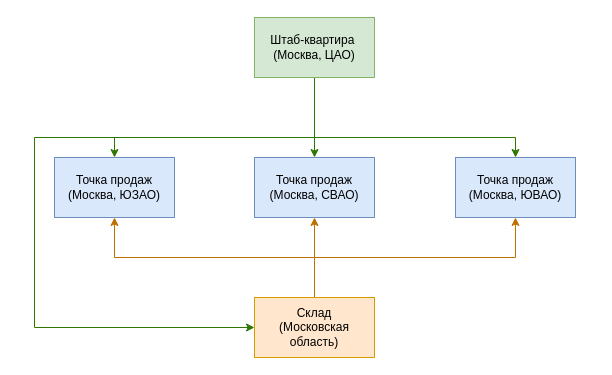
Above: ИТИ курсач/территориальная_диаграмма.drawio in MaxHedgehog7786/IIT_kursach (draw.io), before the change. Source tidied: cells renumbered, new cells numbered last; positions are measured from the earlier drawing's top-left corner, leaving out a move shared by most shapes. Both pictures are drawn from the tidied source at 100%, with x=0, y=0 at pixel (34, 17).
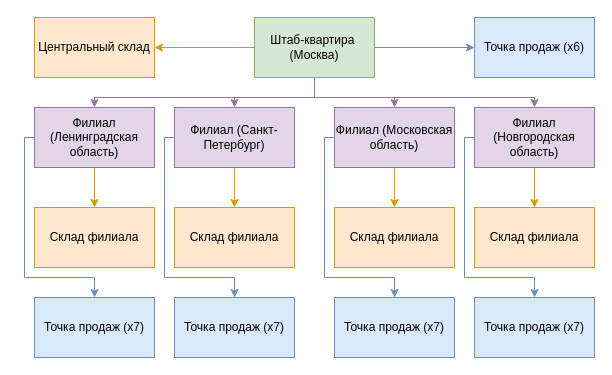
The same diagram, later.

The edit, as a diff of the source:
```diff
@@
-    <mxCell id="2" style="edgeStyle=orthogonalEdgeStyle;rounded=0;jettySize=auto;html=1;exitX=0.5;exitY=1;exitDx=0;exitDy=0;fillColor=#60a917;strokeColor=#2D7600;" parent="1" edge="1" source="6" target="7">
-      <mxGeometry relative="1" as="geometry" />
-    </mxCell>
-    <mxCell id="3" style="edgeStyle=orthogonalEdgeStyle;rounded=0;jettySize=auto;html=1;exitX=0.5;exitY=1;exitDx=0;exitDy=0;entryX=0.5;entryY=0;entryDx=0;entryDy=0;fillColor=#60a917;strokeColor=#2D7600;" parent="1" edge="1" source="6" target="8">
-      <mxGeometry relative="1" as="geometry">
-        <Array as="points">
-          <mxPoint x="280" y="120" />
-          <mxPoint x="80" y="120" />
-        </Array>
-      </mxGeometry>
-    </mxCell>
-    <mxCell id="4" style="edgeStyle=orthogonalEdgeStyle;rounded=0;jettySize=auto;html=1;exitX=0.5;exitY=1;exitDx=0;exitDy=0;fillColor=#60a917;strokeColor=#2D7600;" parent="1" edge="1" source="6" target="9">
-      <mxGeometry relative="1" as="geometry">
-        <Array as="points">
-          <mxPoint x="280" y="120" />
-          <mxPoint x="481" y="120" />
-        </Array>
-      </mxGeometry>
-    </mxCell>
-    <mxCell id="5" style="edgeStyle=orthogonalEdgeStyle;rounded=0;jettySize=auto;html=1;exitX=0.5;exitY=1;exitDx=0;exitDy=0;entryX=0;entryY=0.5;entryDx=0;entryDy=0;fillColor=#60a917;strokeColor=#2D7600;" parent="1" edge="1" source="6" target="13">
-      <mxGeometry relative="1" as="geometry">
-        <Array as="points">
-          <mxPoint x="280" y="120" />
-          <mxPoint y="120" />
-          <mxPoint y="310" />
-        </Array>
-      </mxGeometry>
-    </mxCell>
+    <mxCell id="14" style="edgeStyle=orthogonalEdgeStyle;rounded=0;jettySize=auto;html=1;exitX=0.5;exitY=1;exitDx=0;exitDy=0;entryX=0.5;entryY=0;entryDx=0;entryDy=0;fillColor=#e1d5e7;strokeColor=#9673a6;" parent="1" edge="1" source="6" target="23">
+      <mxGeometry relative="1" as="geometry" />
+    </mxCell>
+    <mxCell id="15" style="edgeStyle=orthogonalEdgeStyle;rounded=0;jettySize=auto;html=1;exitX=0.5;exitY=1;exitDx=0;exitDy=0;entryX=0.5;entryY=0;entryDx=0;entryDy=0;fillColor=#e1d5e7;strokeColor=#9673a6;" parent="1" edge="1" source="6" target="26">
+      <mxGeometry relative="1" as="geometry">
+        <Array as="points">
+          <mxPoint x="280" y="80" />
+          <mxPoint x="60" y="80" />
+        </Array>
+      </mxGeometry>
+    </mxCell>
+    <mxCell id="16" style="edgeStyle=orthogonalEdgeStyle;rounded=0;jettySize=auto;html=1;exitX=0.5;exitY=1;exitDx=0;exitDy=0;entryX=0.5;entryY=0;entryDx=0;entryDy=0;fillColor=#e1d5e7;strokeColor=#9673a6;" parent="1" edge="1" source="6" target="21">
+      <mxGeometry relative="1" as="geometry" />
+    </mxCell>
+    <mxCell id="17" style="edgeStyle=orthogonalEdgeStyle;rounded=0;jettySize=auto;html=1;exitX=0.5;exitY=1;exitDx=0;exitDy=0;entryX=0.5;entryY=0;entryDx=0;entryDy=0;fillColor=#e1d5e7;strokeColor=#9673a6;" parent="1" edge="1" source="6" target="28">
+      <mxGeometry relative="1" as="geometry">
+        <Array as="points">
+          <mxPoint x="280" y="80" />
+          <mxPoint x="500" y="80" />
+        </Array>
+      </mxGeometry>
+    </mxCell>
+    <mxCell id="18" style="edgeStyle=orthogonalEdgeStyle;rounded=0;jettySize=auto;html=1;exitX=0;exitY=0.5;exitDx=0;exitDy=0;entryX=1;entryY=0.5;entryDx=0;entryDy=0;fillColor=#ffe6cc;strokeColor=#d79b00;" parent="1" edge="1" source="6" target="29">
+      <mxGeometry relative="1" as="geometry" />
+    </mxCell>
+    <mxCell id="19" style="edgeStyle=orthogonalEdgeStyle;rounded=0;jettySize=auto;html=1;exitX=1;exitY=0.5;exitDx=0;exitDy=0;entryX=0;entryY=0.5;entryDx=0;entryDy=0;fillColor=#dae8fc;strokeColor=#6c8ebf;" parent="1" edge="1" source="6" target="34">
+      <mxGeometry relative="1" as="geometry" />
+    </mxCell>
-    <mxCell id="6" value="Штаб-квартира&amp;nbsp;&lt;div&gt;(Москва, ЦАО)&lt;/div&gt;" style="rounded=0;whiteSpace=wrap;html=1;fillColor=#d5e8d4;strokeColor=#82b366;" parent="1" vertex="1">
+    <mxCell id="6" value="Штаб-квартира&amp;nbsp;&lt;div&gt;(Москва)&lt;/div&gt;" style="rounded=0;whiteSpace=wrap;html=1;fillColor=#d5e8d4;strokeColor=#82b366;" parent="1" vertex="1">
       <mxGeometry x="220" width="120" height="60" as="geometry" />
     </mxCell>
-    <mxCell id="7" value="Точка продаж&lt;div&gt;(Москва, СВАО)&lt;/div&gt;" style="rounded=0;whiteSpace=wrap;html=1;fillColor=#dae8fc;strokeColor=#6c8ebf;" parent="1" vertex="1">
-      <mxGeometry x="220" y="140" width="120" height="60" as="geometry" />
-    </mxCell>
-    <mxCell id="8" value="Точка продаж&lt;div&gt;(Москва, ЮЗАО)&lt;/div&gt;" style="rounded=0;whiteSpace=wrap;html=1;fillColor=#dae8fc;strokeColor=#6c8ebf;" parent="1" vertex="1">
-      <mxGeometry x="20" y="140" width="120" height="60" as="geometry" />
-    </mxCell>
-    <mxCell id="9" value="Точка продаж&lt;div&gt;(Москва, ЮВАО)&lt;/div&gt;" style="rounded=0;whiteSpace=wrap;html=1;fillColor=#dae8fc;strokeColor=#6c8ebf;" parent="1" vertex="1">
-      <mxGeometry x="421" y="140" width="120" height="60" as="geometry" />
-    </mxCell>
-    <mxCell id="10" style="edgeStyle=orthogonalEdgeStyle;rounded=0;jettySize=auto;html=1;exitX=0.5;exitY=0;exitDx=0;exitDy=0;entryX=0.5;entryY=1;entryDx=0;entryDy=0;fillColor=#f0a30a;strokeColor=#BD7000;" parent="1" edge="1" source="13" target="8">
-      <mxGeometry relative="1" as="geometry" />
-    </mxCell>
-    <mxCell id="11" style="edgeStyle=orthogonalEdgeStyle;rounded=0;jettySize=auto;html=1;exitX=0.5;exitY=0;exitDx=0;exitDy=0;entryX=0.5;entryY=1;entryDx=0;entryDy=0;fillColor=#f0a30a;strokeColor=#BD7000;" parent="1" edge="1" source="13" target="7">
-      <mxGeometry relative="1" as="geometry" />
-    </mxCell>
-    <mxCell id="12" style="edgeStyle=orthogonalEdgeStyle;rounded=0;jettySize=auto;html=1;exitX=0.5;exitY=0;exitDx=0;exitDy=0;entryX=0.5;entryY=1;entryDx=0;entryDy=0;fillColor=#f0a30a;strokeColor=#BD7000;" parent="1" edge="1" source="13" target="9">
-      <mxGeometry relative="1" as="geometry" />
-    </mxCell>
-    <mxCell id="13" value="Склад&lt;div&gt;(Московская область)&lt;/div&gt;" style="rounded=0;whiteSpace=wrap;html=1;fillColor=#ffe6cc;strokeColor=#d79b00;" parent="1" vertex="1">
-      <mxGeometry x="220" y="280" width="120" height="60" as="geometry" />
-    </mxCell>
+    <mxCell id="20" style="edgeStyle=orthogonalEdgeStyle;rounded=0;jettySize=auto;html=1;exitX=0.5;exitY=1;exitDx=0;exitDy=0;entryX=0.5;entryY=0;entryDx=0;entryDy=0;fillColor=#ffe6cc;strokeColor=#d79b00;" parent="1" edge="1" source="21" target="32">
+      <mxGeometry relative="1" as="geometry" />
+    </mxCell>
+    <mxCell id="21" value="Филиал (Московская область)" style="rounded=0;whiteSpace=wrap;html=1;fillColor=#e1d5e7;strokeColor=#9673a6;" parent="1" vertex="1">
+      <mxGeometry x="300" y="90" width="120" height="60" as="geometry" />
+    </mxCell>
+    <mxCell id="22" style="edgeStyle=orthogonalEdgeStyle;rounded=0;jettySize=auto;html=1;exitX=0.5;exitY=1;exitDx=0;exitDy=0;fillColor=#ffe6cc;strokeColor=#d79b00;" parent="1" edge="1" source="23" target="31">
+      <mxGeometry relative="1" as="geometry" />
+    </mxCell>
+    <mxCell id="23" value="Филиал (Санкт-Петербург)" style="rounded=0;whiteSpace=wrap;html=1;fillColor=#e1d5e7;strokeColor=#9673a6;" parent="1" vertex="1">
+      <mxGeometry x="140" y="90" width="120" height="60" as="geometry" />
+    </mxCell>
+    <mxCell id="24" style="edgeStyle=orthogonalEdgeStyle;rounded=0;jettySize=auto;html=1;exitX=0.5;exitY=1;exitDx=0;exitDy=0;fillColor=#ffe6cc;strokeColor=#d79b00;" parent="1" edge="1" source="26" target="30">
+      <mxGeometry relative="1" as="geometry" />
+    </mxCell>
+    <mxCell id="25" style="edgeStyle=orthogonalEdgeStyle;rounded=0;jettySize=auto;html=1;exitX=0;exitY=0.5;exitDx=0;exitDy=0;entryX=0.5;entryY=0;entryDx=0;entryDy=0;fillColor=#dae8fc;strokeColor=#6c8ebf;" parent="1" edge="1" source="26" target="35">
+      <mxGeometry relative="1" as="geometry">
+        <Array as="points">
+          <mxPoint x="-10" y="120" />
+          <mxPoint x="-10" y="260" />
+          <mxPoint x="60" y="260" />
+        </Array>
+      </mxGeometry>
+    </mxCell>
+    <mxCell id="26" value="Филиал (Ленинградская область)" style="rounded=0;whiteSpace=wrap;html=1;fillColor=#e1d5e7;strokeColor=#9673a6;" parent="1" vertex="1">
+      <mxGeometry y="90" width="120" height="60" as="geometry" />
+    </mxCell>
+    <mxCell id="27" style="edgeStyle=orthogonalEdgeStyle;rounded=0;jettySize=auto;html=1;exitX=0.5;exitY=1;exitDx=0;exitDy=0;entryX=0.5;entryY=0;entryDx=0;entryDy=0;fillColor=#ffe6cc;strokeColor=#d79b00;" parent="1" edge="1" source="28" target="33">
+      <mxGeometry relative="1" as="geometry" />
+    </mxCell>
+    <mxCell id="28" value="Филиал (Новгородская область)" style="rounded=0;whiteSpace=wrap;html=1;fillColor=#e1d5e7;strokeColor=#9673a6;" parent="1" vertex="1">
+      <mxGeometry x="440" y="90" width="120" height="60" as="geometry" />
+    </mxCell>
+    <mxCell id="29" value="Центральный склад" style="rounded=0;whiteSpace=wrap;html=1;fillColor=#ffe6cc;strokeColor=#d79b00;" parent="1" vertex="1">
+      <mxGeometry width="120" height="60" as="geometry" />
+    </mxCell>
+    <mxCell id="30" value="Склад филиала" style="rounded=0;whiteSpace=wrap;html=1;fillColor=#ffe6cc;strokeColor=#d79b00;" parent="1" vertex="1">
+      <mxGeometry y="190" width="120" height="60" as="geometry" />
+    </mxCell>
+    <mxCell id="31" value="Склад филиала" style="rounded=0;whiteSpace=wrap;html=1;fillColor=#ffe6cc;strokeColor=#d79b00;" parent="1" vertex="1">
+      <mxGeometry x="140" y="190" width="120" height="60" as="geometry" />
+    </mxCell>
+    <mxCell id="32" value="Склад филиала" style="rounded=0;whiteSpace=wrap;html=1;fillColor=#ffe6cc;strokeColor=#d79b00;" parent="1" vertex="1">
+      <mxGeometry x="300" y="190" width="120" height="60" as="geometry" />
+    </mxCell>
+    <mxCell id="33" value="Склад филиала" style="rounded=0;whiteSpace=wrap;html=1;fillColor=#ffe6cc;strokeColor=#d79b00;" parent="1" vertex="1">
+      <mxGeometry x="440" y="190" width="120" height="60" as="geometry" />
+    </mxCell>
+    <mxCell id="34" value="Точка продаж (x6)" style="rounded=0;whiteSpace=wrap;html=1;fillColor=#dae8fc;strokeColor=#6c8ebf;" parent="1" vertex="1">
+      <mxGeometry x="440" width="120" height="60" as="geometry" />
+    </mxCell>
+    <mxCell id="35" value="Точка продаж (x7)" style="rounded=0;whiteSpace=wrap;html=1;fillColor=#dae8fc;strokeColor=#6c8ebf;" parent="1" vertex="1">
+      <mxGeometry y="280" width="120" height="60" as="geometry" />
+    </mxCell>
+    <mxCell id="36" style="edgeStyle=orthogonalEdgeStyle;rounded=0;jettySize=auto;html=1;exitX=0;exitY=0.5;exitDx=0;exitDy=0;entryX=0.5;entryY=0;entryDx=0;entryDy=0;fillColor=#dae8fc;strokeColor=#6c8ebf;" parent="1" edge="1" target="37">
+      <mxGeometry relative="1" as="geometry">
+        <mxPoint x="140" y="120" as="sourcePoint" />
+        <Array as="points">
+          <mxPoint x="130" y="120" />
+          <mxPoint x="130" y="260" />
+          <mxPoint x="200" y="260" />
+        </Array>
+      </mxGeometry>
+    </mxCell>
+    <mxCell id="37" value="Точка продаж (x7)" style="rounded=0;whiteSpace=wrap;html=1;fillColor=#dae8fc;strokeColor=#6c8ebf;" parent="1" vertex="1">
+      <mxGeometry x="140" y="280" width="120" height="60" as="geometry" />
+    </mxCell>
+    <mxCell id="38" style="edgeStyle=orthogonalEdgeStyle;rounded=0;jettySize=auto;html=1;exitX=0;exitY=0.5;exitDx=0;exitDy=0;entryX=0.5;entryY=0;entryDx=0;entryDy=0;fillColor=#dae8fc;strokeColor=#6c8ebf;" parent="1" edge="1" target="39">
+      <mxGeometry relative="1" as="geometry">
+        <mxPoint x="300" y="120" as="sourcePoint" />
+        <Array as="points">
+          <mxPoint x="290" y="120" />
+          <mxPoint x="290" y="260" />
+          <mxPoint x="360" y="260" />
+        </Array>
+      </mxGeometry>
+    </mxCell>
+    <mxCell id="39" value="Точка продаж (x7)" style="rounded=0;whiteSpace=wrap;html=1;fillColor=#dae8fc;strokeColor=#6c8ebf;" parent="1" vertex="1">
+      <mxGeometry x="300" y="280" width="120" height="60" as="geometry" />
+    </mxCell>
+    <mxCell id="40" style="edgeStyle=orthogonalEdgeStyle;rounded=0;jettySize=auto;html=1;exitX=0;exitY=0.5;exitDx=0;exitDy=0;entryX=0.5;entryY=0;entryDx=0;entryDy=0;fillColor=#dae8fc;strokeColor=#6c8ebf;" parent="1" edge="1" target="41">
+      <mxGeometry relative="1" as="geometry">
+        <mxPoint x="440" y="120" as="sourcePoint" />
+        <Array as="points">
+          <mxPoint x="430" y="120" />
+          <mxPoint x="430" y="260" />
+          <mxPoint x="500" y="260" />
+        </Array>
+      </mxGeometry>
+    </mxCell>
+    <mxCell id="41" value="Точка продаж (x7)" style="rounded=0;whiteSpace=wrap;html=1;fillColor=#dae8fc;strokeColor=#6c8ebf;" parent="1" vertex="1">
+      <mxGeometry x="440" y="280" width="120" height="60" as="geometry" />
+    </mxCell>
```
